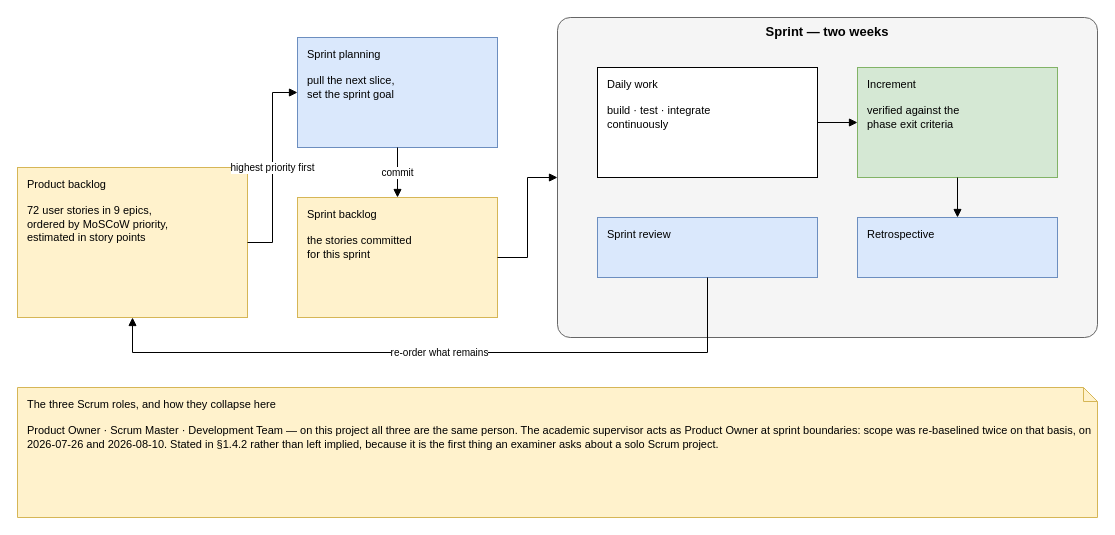
Before: diagrams/fig-1-1-scrum-framework/fig-1-1-scrum-framework.drawio in inkwell-dev/spec.inkwell.ai, a draw.io diagram. Source tidied: cells renumbered, new cells numbered last; positions are measured from the earlier drawing's top-left corner, leaving out a move shared by most shapes. Both pictures are drawn from the tidied source at 100%, with x=0, y=0 at pixel (17, 17).
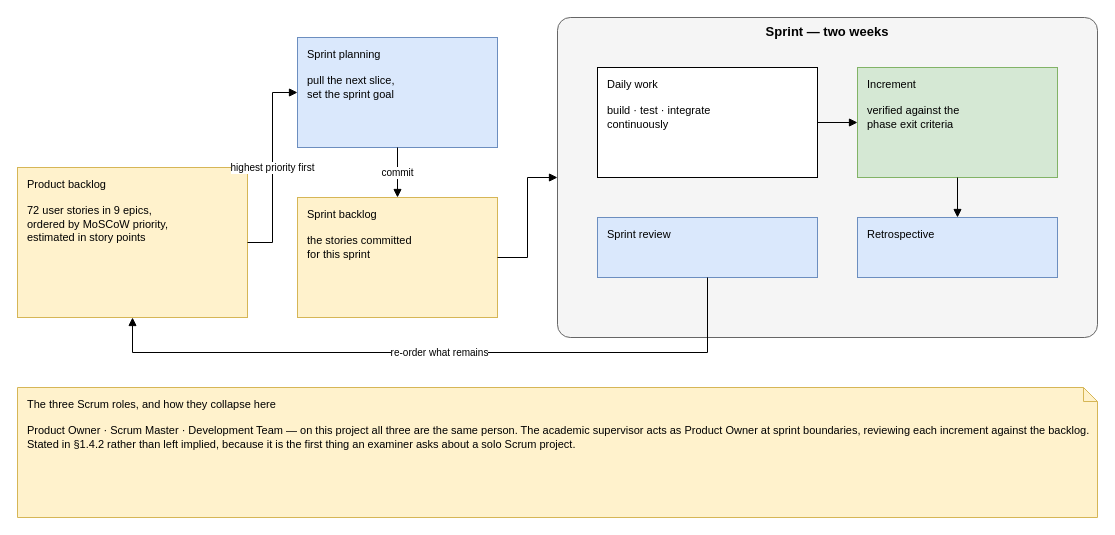
The same page after the edit.

Commit message (it also covers changes not shown here):
docs(diagrams): fig-1-1 describes the Product Owner role without dated plan changes

The roles note now says what the supervisor does at sprint boundaries —
reviews each increment against the backlog — and no longer cites dated
changes to the plan. The scope is presented as fixed from the start.

What changed in the source:
```diff
@@
 <mxGraphModel>
   <root>
     <mxCell id="0" />
     <mxCell id="1" parent="0" />
     <mxCell id="2" value="Product backlog&lt;br&gt;&lt;br&gt;72 user stories in 9 epics,&lt;br&gt;ordered by MoSCoW priority,&lt;br&gt;estimated in story points" style="rounded=0;whiteSpace=wrap;html=1;verticalAlign=top;align=left;spacingLeft=8;spacingTop=4;fontSize=11;fillColor=#FFF2CC;strokeColor=#D6B656;" parent="1" vertex="1">
       <mxGeometry y="150" width="230" height="150" as="geometry" />
     </mxCell>
     <mxCell id="3" value="Sprint planning&lt;br&gt;&lt;br&gt;pull the next slice,&lt;br&gt;set the sprint goal" style="rounded=0;whiteSpace=wrap;html=1;verticalAlign=top;align=left;spacingLeft=8;spacingTop=4;fontSize=11;fillColor=#DAE8FC;strokeColor=#6C8EBF;" parent="1" vertex="1">
       <mxGeometry x="280" y="20" width="200" height="110" as="geometry" />
     </mxCell>
     <mxCell id="4" value="Sprint backlog&lt;br&gt;&lt;br&gt;the stories committed&lt;br&gt;for this sprint" style="rounded=0;whiteSpace=wrap;html=1;verticalAlign=top;align=left;spacingLeft=8;spacingTop=4;fontSize=11;fillColor=#FFF2CC;strokeColor=#D6B656;" parent="1" vertex="1">
       <mxGeometry x="280" y="180" width="200" height="120" as="geometry" />
     </mxCell>
     <mxCell id="5" value="Sprint — two weeks" style="rounded=1;whiteSpace=wrap;html=1;verticalAlign=top;fontStyle=1;fontSize=13;arcSize=4;fillColor=#F5F5F5;strokeColor=#666666;" parent="1" vertex="1">
       <mxGeometry x="540" width="540" height="320" as="geometry" />
     </mxCell>
     <mxCell id="6" value="Daily work&lt;br&gt;&lt;br&gt;build · test · integrate&lt;br&gt;continuously" style="rounded=0;whiteSpace=wrap;html=1;verticalAlign=top;align=left;spacingLeft=8;spacingTop=4;fontSize=11;fillColor=#FFFFFF;strokeColor=#000000;" parent="1" vertex="1">
       <mxGeometry x="580" y="50" width="220" height="110" as="geometry" />
     </mxCell>
     <mxCell id="7" value="Increment&lt;br&gt;&lt;br&gt;verified against the&lt;br&gt;phase exit criteria" style="rounded=0;whiteSpace=wrap;html=1;verticalAlign=top;align=left;spacingLeft=8;spacingTop=4;fontSize=11;fillColor=#D5E8D4;strokeColor=#82B366;" parent="1" vertex="1">
       <mxGeometry x="840" y="50" width="200" height="110" as="geometry" />
     </mxCell>
     <mxCell id="8" value="Sprint review" style="rounded=0;whiteSpace=wrap;html=1;verticalAlign=top;align=left;spacingLeft=8;spacingTop=4;fontSize=11;fillColor=#DAE8FC;strokeColor=#6C8EBF;" parent="1" vertex="1">
       <mxGeometry x="580" y="200" width="220" height="60" as="geometry" />
     </mxCell>
     <mxCell id="9" value="Retrospective" style="rounded=0;whiteSpace=wrap;html=1;verticalAlign=top;align=left;spacingLeft=8;spacingTop=4;fontSize=11;fillColor=#DAE8FC;strokeColor=#6C8EBF;" parent="1" vertex="1">
       <mxGeometry x="840" y="200" width="200" height="60" as="geometry" />
     </mxCell>
-    <mxCell id="10" value="The three Scrum roles, and how they collapse here&lt;br&gt;&lt;br&gt;Product Owner · Scrum Master · Development Team — on this project all three are the same person. The academic supervisor acts as Product Owner at sprint boundaries: scope was re-baselined twice on that basis, on 2026-07-26 and 2026-08-10. Stated in §1.4.2 rather than left implied, because it is the first thing an examiner asks about a solo Scrum project." style="shape=note;whiteSpace=wrap;html=1;size=14;fontSize=11;align=left;verticalAlign=top;spacingLeft=8;spacingTop=4;fillColor=#FFF2CC;strokeColor=#D6B656;" parent="1" vertex="1">
+    <mxCell id="10" value="The three Scrum roles, and how they collapse here&lt;br&gt;&lt;br&gt;Product Owner · Scrum Master · Development Team — on this project all three are the same person. The academic supervisor acts as Product Owner at sprint boundaries, reviewing each increment against the backlog. Stated in §1.4.2 rather than left implied, because it is the first thing an examiner asks about a solo Scrum project." style="shape=note;whiteSpace=wrap;html=1;size=14;fontSize=11;align=left;verticalAlign=top;spacingLeft=8;spacingTop=4;fillColor=#FFF2CC;strokeColor=#D6B656;" parent="1" vertex="1">
       <mxGeometry y="370" width="1080" height="130" as="geometry" />
     </mxCell>
     <mxCell id="11" value="highest priority first" style="edgeStyle=orthogonalEdgeStyle;rounded=0;html=1;endArrow=block;endFill=1;fontSize=10;labelBackgroundColor=#FFFFFF;exitX=1;exitY=0.5;exitDx=0;exitDy=0;entryX=0;entryY=0.5;entryDx=0;entryDy=0;" parent="1" edge="1" source="2" target="3">
       <mxGeometry relative="1" as="geometry" />
     </mxCell>
     <mxCell id="12" value="commit" style="edgeStyle=orthogonalEdgeStyle;rounded=0;html=1;endArrow=block;endFill=1;fontSize=10;labelBackgroundColor=#FFFFFF;exitX=0.5;exitY=1;exitDx=0;exitDy=0;entryX=0.5;entryY=0;entryDx=0;entryDy=0;" parent="1" edge="1" source="3" target="4">
       <mxGeometry relative="1" as="geometry" />
     </mxCell>
     <mxCell id="13" style="edgeStyle=orthogonalEdgeStyle;rounded=0;html=1;endArrow=block;endFill=1;fontSize=10;labelBackgroundColor=#FFFFFF;exitX=1;exitY=0.5;exitDx=0;exitDy=0;entryX=0;entryY=0.5;entryDx=0;entryDy=0;" parent="1" edge="1" source="4" target="5">
       <mxGeometry relative="1" as="geometry" />
     </mxCell>
     <mxCell id="14" style="edgeStyle=orthogonalEdgeStyle;rounded=0;html=1;endArrow=block;endFill=1;fontSize=10;labelBackgroundColor=#FFFFFF;exitX=1;exitY=0.5;exitDx=0;exitDy=0;entryX=0;entryY=0.5;entryDx=0;entryDy=0;" parent="1" edge="1" source="6" target="7">
       <mxGeometry relative="1" as="geometry" />
     </mxCell>
     <mxCell id="15" style="edgeStyle=orthogonalEdgeStyle;rounded=0;html=1;endArrow=block;endFill=1;fontSize=10;labelBackgroundColor=#FFFFFF;exitX=0.5;exitY=1;exitDx=0;exitDy=0;entryX=0.5;entryY=0;entryDx=0;entryDy=0;" parent="1" edge="1" source="7" target="9">
       <mxGeometry relative="1" as="geometry" />
     </mxCell>
     <mxCell id="16" value="re-order what remains" style="edgeStyle=orthogonalEdgeStyle;rounded=0;html=1;endArrow=block;endFill=1;fontSize=10;labelBackgroundColor=#FFFFFF;exitX=0.5;exitY=1;exitDx=0;exitDy=0;entryX=0.5;entryY=1;entryDx=0;entryDy=0;" parent="1" edge="1" source="8" target="2">
       <mxGeometry relative="1" as="geometry">
         <Array as="points">
           <mxPoint x="690" y="335" />
           <mxPoint x="115" y="335" />
         </Array>
       </mxGeometry>
     </mxCell>
   </root>
 </mxGraphModel>
```
